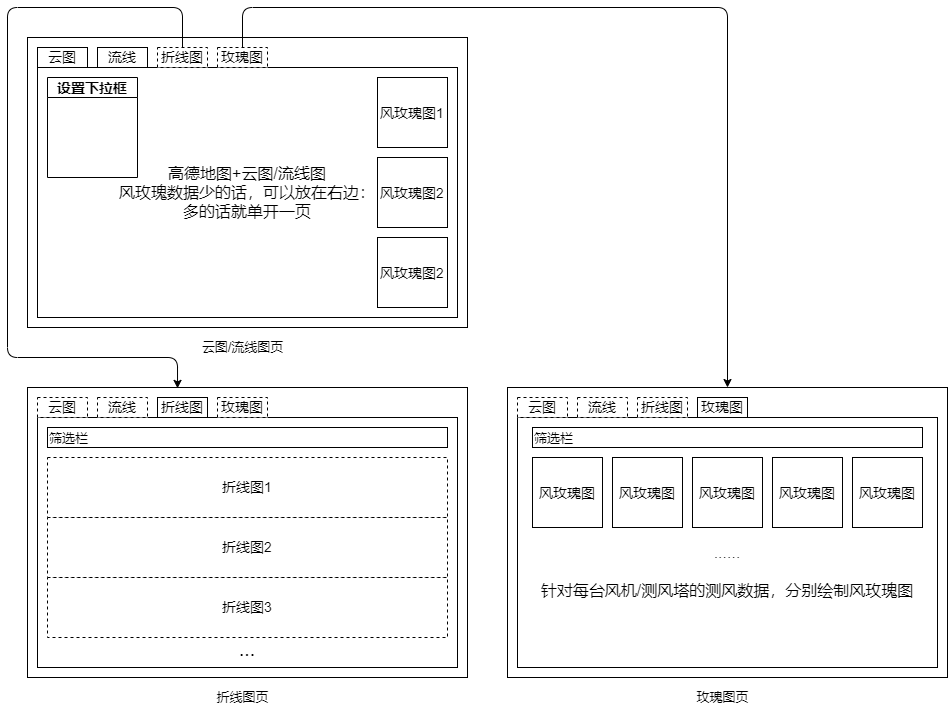
ZXF1001/WindPowerPlatform keeps this draw.io diagram as src/components/wind/layout.drawio.png. Above is the earlier version. Source tidied: cells renumbered, new cells last; positions are measured from the earlier drawing's top-left corner, leaving out a move shared by most shapes.
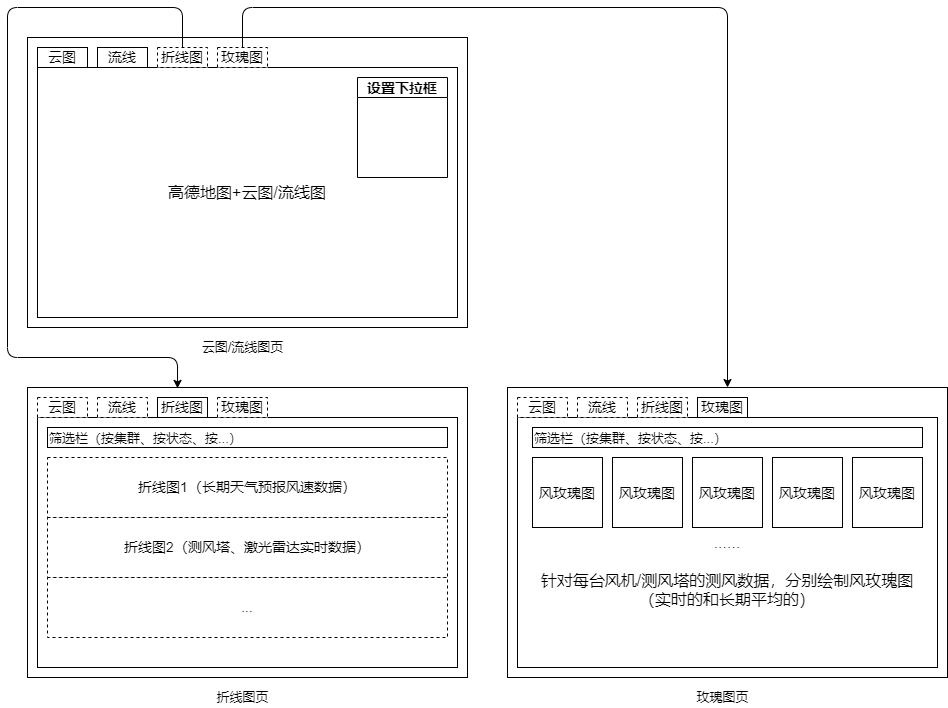
Later version of the same file.

Diff of the diagram source:
```diff
@@ -1,22 +1,13 @@
-<mxGraphModel background="#ffffff" shadow="1">
+<mxGraphModel shadow="1">
   <root>
     <mxCell id="0" />
     <mxCell id="1" parent="0" />
     <mxCell id="2" style="rounded=0;whiteSpace=wrap;html=1;" parent="1" vertex="1">
       <mxGeometry x="20" y="30" width="440" height="290" as="geometry" />
     </mxCell>
-    <mxCell id="3" value="&lt;font style=&quot;font-size: 16px&quot;&gt;高德地图+云图/流线图&lt;br&gt;风玫瑰数据少的话，可以放在右边：&lt;br&gt;多的话就单开一页&lt;br&gt;&lt;/font&gt;" style="rounded=0;whiteSpace=wrap;html=1;" parent="1" vertex="1">
+    <mxCell id="3" value="&lt;font style=&quot;font-size: 16px&quot;&gt;高德地图+云图/流线图&lt;br&gt;&lt;/font&gt;" style="rounded=0;whiteSpace=wrap;html=1;" parent="1" vertex="1">
       <mxGeometry x="30" y="60" width="420" height="250" as="geometry" />
     </mxCell>
-    <mxCell id="4" value="&lt;font style=&quot;font-size: 14px&quot;&gt;风玫瑰图1&lt;/font&gt;" style="whiteSpace=wrap;html=1;fontSize=16;" parent="1" vertex="1">
-      <mxGeometry x="370" y="70" width="70" height="70" as="geometry" />
-    </mxCell>
-    <mxCell id="5" value="&lt;font style=&quot;font-size: 14px&quot;&gt;风玫瑰图2&lt;/font&gt;" style="whiteSpace=wrap;html=1;fontSize=16;" parent="1" vertex="1">
-      <mxGeometry x="370" y="150" width="70" height="70" as="geometry" />
-    </mxCell>
-    <mxCell id="6" value="&lt;font style=&quot;font-size: 14px&quot;&gt;风玫瑰图2&lt;/font&gt;" style="whiteSpace=wrap;html=1;fontSize=16;" parent="1" vertex="1">
-      <mxGeometry x="370" y="230" width="70" height="70" as="geometry" />
-    </mxCell>
     <mxCell id="7" value="云图" style="rounded=0;whiteSpace=wrap;html=1;fontSize=14;" parent="1" vertex="1">
       <mxGeometry x="30" y="40" width="50" height="20" as="geometry" />
     </mxCell>
@@ -24,7 +15,7 @@
       <mxGeometry x="90" y="40" width="50" height="20" as="geometry" />
     </mxCell>
     <mxCell id="9" value="设置下拉框" style="swimlane;fontSize=14;startSize=20;" parent="1" vertex="1">
-      <mxGeometry x="40" y="70" width="90" height="100" as="geometry" />
+      <mxGeometry x="350" y="70" width="90" height="100" as="geometry" />
     </mxCell>
     <mxCell id="10" style="edgeStyle=none;html=1;fontSize=14;entryX=0.341;entryY=0.003;entryDx=0;entryDy=0;entryPerimeter=0;" parent="1" edge="1" source="11" target="12">
       <mxGeometry relative="1" as="geometry">
@@ -42,7 +33,7 @@
     <mxCell id="12" style="rounded=0;whiteSpace=wrap;html=1;" parent="1" vertex="1">
       <mxGeometry x="20" y="380" width="440" height="290" as="geometry" />
     </mxCell>
-    <mxCell id="13" value="&lt;br&gt;&lt;br&gt;&lt;br&gt;&lt;br&gt;&lt;br&gt;&lt;br&gt;&lt;br&gt;&lt;br&gt;&lt;br&gt;&lt;br&gt;&lt;br&gt;&lt;br&gt;&lt;br&gt;&lt;br&gt;&lt;br&gt;&lt;font style=&quot;font-size: 19px&quot;&gt;...&lt;/font&gt;" style="rounded=0;whiteSpace=wrap;html=1;" parent="1" vertex="1">
+    <mxCell id="13" style="rounded=0;whiteSpace=wrap;html=1;" parent="1" vertex="1">
       <mxGeometry x="30" y="410" width="420" height="250" as="geometry" />
     </mxCell>
     <mxCell id="14" value="云图" style="rounded=0;whiteSpace=wrap;html=1;fontSize=14;dashed=1;" parent="1" vertex="1">
@@ -54,13 +45,13 @@
     <mxCell id="16" value="折线图" style="rounded=0;whiteSpace=wrap;html=1;fontSize=14;" parent="1" vertex="1">
       <mxGeometry x="150" y="390" width="50" height="20" as="geometry" />
     </mxCell>
-    <mxCell id="17" value="折线图1" style="rounded=0;whiteSpace=wrap;html=1;dashed=1;fontSize=14;" parent="1" vertex="1">
+    <mxCell id="17" value="折线图1（长期天气预报风速数据）" style="rounded=0;whiteSpace=wrap;html=1;dashed=1;fontSize=14;" parent="1" vertex="1">
       <mxGeometry x="40" y="450" width="400" height="60" as="geometry" />
     </mxCell>
-    <mxCell id="18" value="折线图2" style="rounded=0;whiteSpace=wrap;html=1;dashed=1;fontSize=14;" parent="1" vertex="1">
+    <mxCell id="18" value="折线图2（测风塔、激光雷达实时数据）" style="rounded=0;whiteSpace=wrap;html=1;dashed=1;fontSize=14;" parent="1" vertex="1">
       <mxGeometry x="40" y="510" width="400" height="60" as="geometry" />
     </mxCell>
-    <mxCell id="19" value="折线图3" style="rounded=0;whiteSpace=wrap;html=1;dashed=1;fontSize=14;" parent="1" vertex="1">
+    <mxCell id="19" value="..." style="rounded=0;whiteSpace=wrap;html=1;dashed=1;fontSize=14;" parent="1" vertex="1">
       <mxGeometry x="40" y="570" width="400" height="60" as="geometry" />
     </mxCell>
     <mxCell id="20" style="edgeStyle=none;html=1;fontSize=14;entryX=0.5;entryY=0;entryDx=0;entryDy=0;" parent="1" edge="1" source="21" target="22">
@@ -77,7 +68,7 @@
     <mxCell id="22" style="rounded=0;whiteSpace=wrap;html=1;" parent="1" vertex="1">
       <mxGeometry x="500" y="380" width="440" height="290" as="geometry" />
     </mxCell>
-    <mxCell id="23" value="&lt;font style=&quot;font-size: 16px&quot;&gt;&lt;br&gt;&lt;br&gt;&lt;br&gt;......&lt;br&gt;&lt;br&gt;针对每台风机/测风塔的测风数据，分别绘制风玫瑰图&lt;/font&gt;" style="rounded=0;whiteSpace=wrap;html=1;" parent="1" vertex="1">
+    <mxCell id="23" value="&lt;font style=&quot;font-size: 16px&quot;&gt;&lt;br&gt;&lt;br&gt;&lt;br&gt;......&lt;br&gt;&lt;br&gt;针对每台风机/测风塔的测风数据，分别绘制风玫瑰图&lt;br&gt;（实时的和长期平均的）&lt;br&gt;&lt;/font&gt;" style="rounded=0;whiteSpace=wrap;html=1;" parent="1" vertex="1">
       <mxGeometry x="510" y="410" width="420" height="250" as="geometry" />
     </mxCell>
     <mxCell id="24" value="云图" style="rounded=0;whiteSpace=wrap;html=1;fontSize=14;dashed=1;" parent="1" vertex="1">
@@ -110,10 +101,10 @@
     <mxCell id="33" value="&lt;font style=&quot;font-size: 14px&quot;&gt;风玫瑰图&lt;/font&gt;" style="whiteSpace=wrap;html=1;fontSize=16;" parent="1" vertex="1">
       <mxGeometry x="845" y="450" width="70" height="70" as="geometry" />
     </mxCell>
-    <mxCell id="34" value="&lt;font style=&quot;font-size: 13px&quot;&gt;筛选栏&lt;/font&gt;" style="rounded=0;whiteSpace=wrap;html=1;fontSize=16;align=left;" parent="1" vertex="1">
+    <mxCell id="34" value="&lt;font style=&quot;font-size: 13px&quot;&gt;筛选栏（按集群、按状态、按...）&lt;/font&gt;" style="rounded=0;whiteSpace=wrap;html=1;fontSize=16;align=left;" parent="1" vertex="1">
       <mxGeometry x="40" y="420" width="400" height="20" as="geometry" />
     </mxCell>
-    <mxCell id="35" value="&lt;font style=&quot;font-size: 13px&quot;&gt;筛选栏&lt;/font&gt;" style="rounded=0;whiteSpace=wrap;html=1;fontSize=16;align=left;" parent="1" vertex="1">
+    <mxCell id="35" value="&lt;font style=&quot;font-size: 13px&quot;&gt;筛选栏&lt;/font&gt;&lt;span style=&quot;font-size: 13px&quot;&gt;（按集群、按状态、按...）&lt;/span&gt;" style="rounded=0;whiteSpace=wrap;html=1;fontSize=16;align=left;" parent="1" vertex="1">
       <mxGeometry x="525" y="420" width="390" height="20" as="geometry" />
     </mxCell>
     <mxCell id="36" value="云图/流线图页" style="text;html=1;align=center;verticalAlign=middle;strokeColor=none;fillColor=none;fontSize=13;" parent="1" vertex="1">
```
